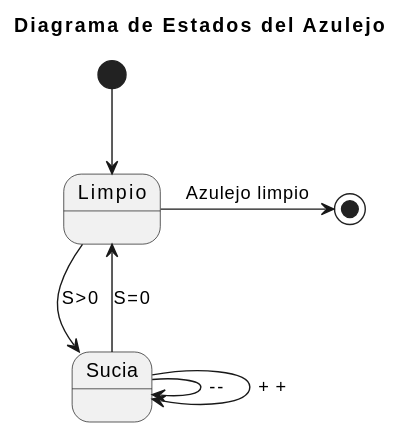
mmasias/23-24-IdSw2-SDD keeps this PlantUML diagram as img/DiagramaEstado2.svg. Above is the earlier version. The source it was exported from:
```plantuml
@startuml
title Diagrama de Estados del Azulejo

[*] --> Limpio

Limpio --> Sucia : S>0
Sucia --> Limpio: S=0
Limpio -r-> [*] : Azulejo limpio
Sucia --> Sucia : --
Sucia --> Sucia : ++
@enduml
```
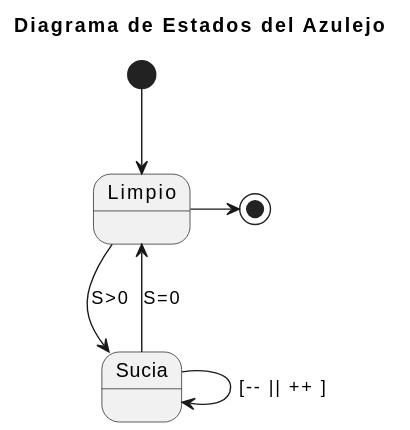
Later version of the same file.

The edit, as a diff of the source:
```diff
@@ -5,7 +5,6 @@
 
 Limpio --> Sucia : S>0
 Sucia --> Limpio: S=0
-Limpio -r-> [*] : Azulejo limpio
-Sucia --> Sucia : --
-Sucia --> Sucia : ++
+Limpio -r-> [*]
+Sucia --> Sucia : [-- || ++ ]
 @enduml
```
